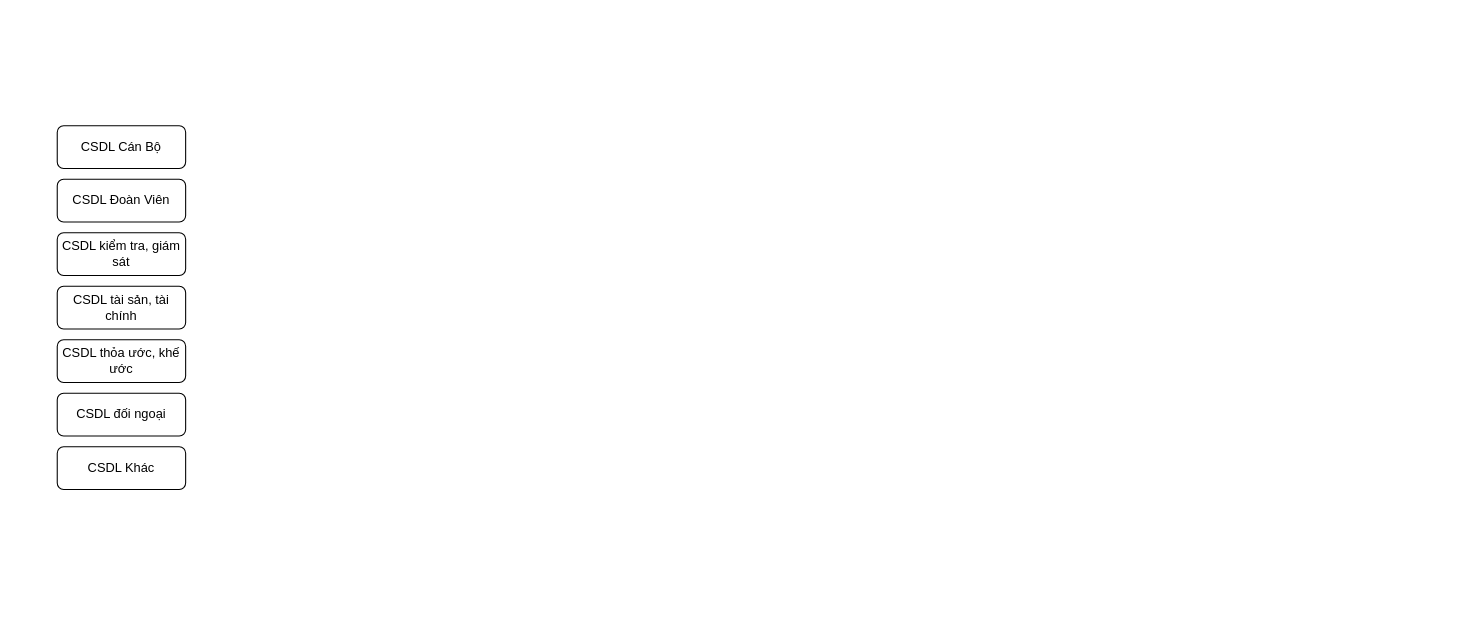
Before: Untitled Diagram.drawio in letheanh12345/Draw-io, a draw.io diagram. Source tidied: cells renumbered, new cells numbered last; positions are measured from the earlier drawing's top-left corner, leaving out a move shared by most shapes. Both pictures are drawn from the tidied source at 107%, with x=0, y=0 at pixel (57, 125).
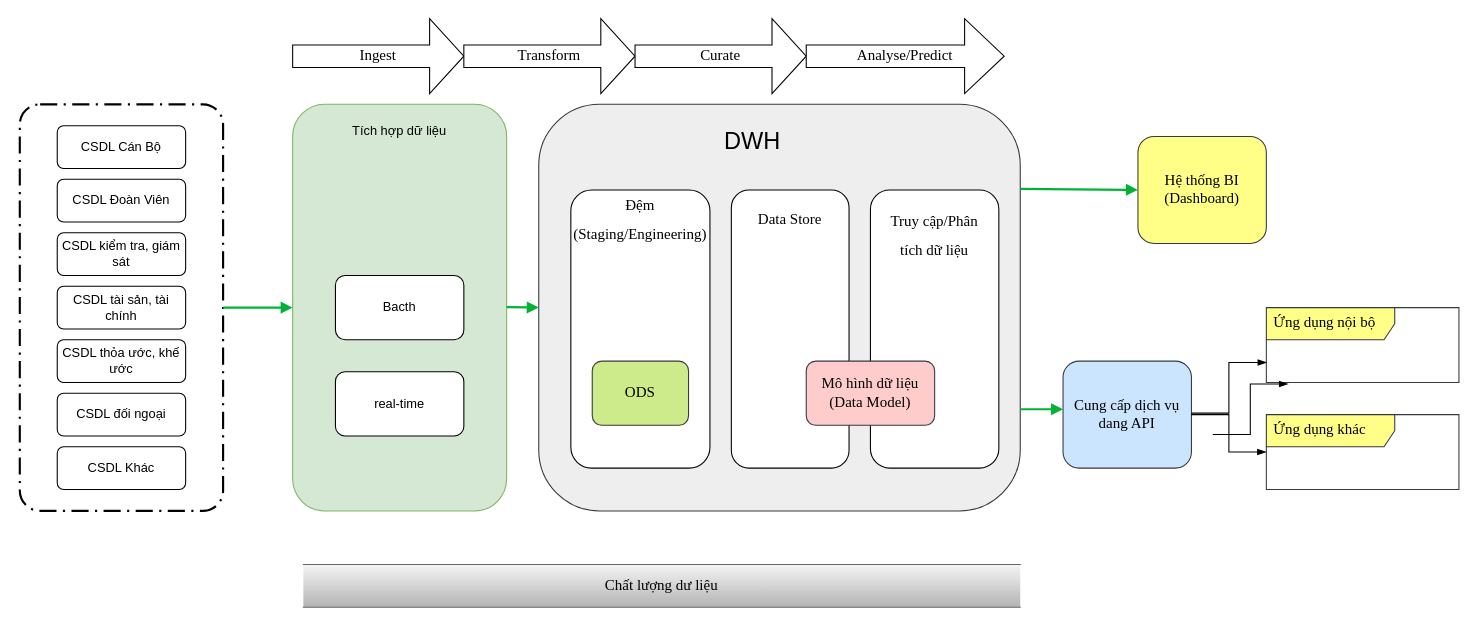
Above is the later version.

Change to the diagram source:
```diff
@@
+    <mxCell id="9" style="points=[[0.25,0,0],[0.5,0,0],[0.75,0,0],[1,0.25,0],[1,0.5,0],[1,0.75,0],[0.75,1,0],[0.5,1,0],[0.25,1,0],[0,0.75,0],[0,0.5,0],[0,0.25,0]];rounded=1;arcSize=10;dashed=1;strokeColor=#000000;fillColor=none;gradientColor=none;dashPattern=8 3 1 3;strokeWidth=2;" parent="1" vertex="1">
+      <mxGeometry x="-35" y="-20" width="190" height="380" as="geometry" />
+    </mxCell>
+    <mxCell id="10" style="edgeStyle=none;rounded=0;html=1;jettySize=auto;strokeColor=#00B336;strokeWidth=2;fontColor=#000000;jumpStyle=none;endArrow=block;endFill=1;startArrow=none;" parent="1" edge="1" source="9">
+      <mxGeometry relative="1" as="geometry">
+        <mxPoint x="220" y="170" as="targetPoint" />
+      </mxGeometry>
+    </mxCell>
+    <mxCell id="11" style="rounded=1;whiteSpace=wrap;html=1;fillColor=#d5e8d4;strokeColor=#82b366;" parent="1" vertex="1">
+      <mxGeometry x="220" y="-20" width="200" height="380" as="geometry" />
+    </mxCell>
+    <mxCell id="12" value="Tích hợp dữ liệu" style="text;html=1;strokeColor=none;fillColor=none;align=center;verticalAlign=middle;whiteSpace=wrap;rounded=0;" parent="1" vertex="1">
+      <mxGeometry x="240" y="-10" width="160" height="30" as="geometry" />
+    </mxCell>
+    <mxCell id="13" value="Bacth" style="rounded=1;whiteSpace=wrap;html=1;" parent="1" vertex="1">
+      <mxGeometry x="260" y="140" width="120" height="60" as="geometry" />
+    </mxCell>
+    <mxCell id="14" value="real-time" style="rounded=1;whiteSpace=wrap;html=1;" parent="1" vertex="1">
+      <mxGeometry x="260" y="230" width="120" height="60" as="geometry" />
+    </mxCell>
+    <mxCell id="15" style="rounded=1;whiteSpace=wrap;html=1;fillColor=#eeeeee;strokeColor=#36393d;" parent="1" vertex="1">
+      <mxGeometry x="450" y="-20" width="450" height="380" as="geometry" />
+    </mxCell>
+    <mxCell id="16" value="&lt;font style=&quot;font-size: 22px&quot;&gt;DWH&lt;/font&gt;" style="text;html=1;strokeColor=none;fillColor=none;align=center;verticalAlign=middle;whiteSpace=wrap;rounded=0;" parent="1" vertex="1">
+      <mxGeometry x="470" width="360" height="30" as="geometry" />
+    </mxCell>
+    <mxCell id="17" style="edgeStyle=none;rounded=0;html=1;jettySize=auto;orthogonalLoop=1;strokeColor=#00B336;strokeWidth=2;fontColor=#000000;jumpStyle=none;endArrow=block;endFill=1;startArrow=none;" parent="1" edge="1">
+      <mxGeometry relative="1" as="geometry">
+        <mxPoint x="420" y="169.5" as="sourcePoint" />
+        <mxPoint x="450" y="170" as="targetPoint" />
+      </mxGeometry>
+    </mxCell>
+    <mxCell id="18" style="rounded=1;whiteSpace=wrap;html=1;fontSize=22;" parent="1" vertex="1">
+      <mxGeometry x="480" y="60" width="130" height="260" as="geometry" />
+    </mxCell>
+    <mxCell id="19" value="&lt;font face=&quot;Times New Roman&quot; style=&quot;font-size: 14px&quot;&gt;Đệm (Staging/Engineering)&lt;/font&gt;" style="text;html=1;strokeColor=none;fillColor=none;align=center;verticalAlign=middle;whiteSpace=wrap;rounded=0;fontSize=22;" parent="1" vertex="1">
+      <mxGeometry x="480" y="70" width="130" height="30" as="geometry" />
+    </mxCell>
+    <mxCell id="20" value="ODS" style="rounded=1;whiteSpace=wrap;html=1;fontFamily=Times New Roman;fontSize=14;fillColor=#cdeb8b;strokeColor=#36393d;" parent="1" vertex="1">
+      <mxGeometry x="500" y="220" width="90" height="60" as="geometry" />
+    </mxCell>
+    <mxCell id="21" style="rounded=1;whiteSpace=wrap;html=1;fontSize=22;" parent="1" vertex="1">
+      <mxGeometry x="630" y="60" width="110" height="260" as="geometry" />
+    </mxCell>
+    <mxCell id="22" value="&lt;font face=&quot;Times New Roman&quot;&gt;&lt;span style=&quot;font-size: 14px&quot;&gt;Data Store&lt;/span&gt;&lt;/font&gt;" style="text;html=1;strokeColor=none;fillColor=none;align=center;verticalAlign=middle;whiteSpace=wrap;rounded=0;fontSize=22;" parent="1" vertex="1">
+      <mxGeometry x="635" y="70" width="100" height="30" as="geometry" />
+    </mxCell>
+    <mxCell id="23" style="rounded=1;whiteSpace=wrap;html=1;fontSize=22;" parent="1" vertex="1">
+      <mxGeometry x="760" y="60" width="120" height="260" as="geometry" />
+    </mxCell>
+    <mxCell id="24" value="&lt;font face=&quot;Times New Roman&quot;&gt;&lt;span style=&quot;font-size: 14px&quot;&gt;Truy cập/Phân tích dữ liệu&lt;/span&gt;&lt;/font&gt;" style="text;html=1;strokeColor=none;fillColor=none;align=center;verticalAlign=middle;whiteSpace=wrap;rounded=0;fontSize=22;" parent="1" vertex="1">
+      <mxGeometry x="770" y="70" width="100" height="60" as="geometry" />
+    </mxCell>
+    <mxCell id="25" value="Mô hình dữ liệu (Data Model)" style="rounded=1;whiteSpace=wrap;html=1;fontFamily=Times New Roman;fontSize=14;fillColor=#ffcccc;strokeColor=#36393d;" parent="1" vertex="1">
+      <mxGeometry x="700" y="220" width="120" height="60" as="geometry" />
+    </mxCell>
+    <mxCell id="26" value="Hệ thống BI (Dashboard)" style="rounded=1;whiteSpace=wrap;html=1;fontFamily=Times New Roman;fontSize=14;fillColor=#ffff88;strokeColor=#36393d;" parent="1" vertex="1">
+      <mxGeometry x="1010" y="10" width="120" height="100" as="geometry" />
+    </mxCell>
+    <mxCell id="27" style="edgeStyle=none;rounded=0;html=1;jettySize=auto;strokeColor=#00B336;strokeWidth=2;fontColor=#000000;jumpStyle=none;endArrow=block;endFill=1;startArrow=none;entryX=0;entryY=0.5;entryDx=0;entryDy=0;" parent="1" edge="1" target="26">
+      <mxGeometry relative="1" as="geometry">
+        <mxPoint x="900" y="59" as="sourcePoint" />
+      </mxGeometry>
+    </mxCell>
+    <mxCell id="28" value="Cung cấp dịch vụ dang API" style="rounded=1;whiteSpace=wrap;html=1;fontFamily=Times New Roman;fontSize=14;fillColor=#cce5ff;strokeColor=#36393d;" parent="1" vertex="1">
+      <mxGeometry x="940" y="220" width="120" height="100" as="geometry" />
+    </mxCell>
+    <mxCell id="29" value="Ứng dụng nội bộ" style="shape=umlFrame;whiteSpace=wrap;html=1;width=120;height=30;boundedLbl=1;verticalAlign=middle;align=left;spacingLeft=5;fontFamily=Times New Roman;fontSize=14;fillColor=#ffff88;strokeColor=#36393d;" parent="1" vertex="1">
+      <mxGeometry x="1130" y="170" width="180" height="70" as="geometry" />
+    </mxCell>
+    <mxCell id="30" value="Ứng dụng khác" style="shape=umlFrame;whiteSpace=wrap;html=1;width=120;height=30;boundedLbl=1;verticalAlign=middle;align=left;spacingLeft=5;fontFamily=Times New Roman;fontSize=14;fillColor=#ffff88;strokeColor=#36393d;" parent="1" vertex="1">
+      <mxGeometry x="1130" y="270" width="180" height="70" as="geometry" />
+    </mxCell>
+    <mxCell id="31" style="edgeStyle=none;rounded=0;html=1;jettySize=auto;strokeColor=#00B336;strokeWidth=2;fontColor=#000000;jumpStyle=none;endArrow=block;endFill=1;startArrow=none;exitX=1;exitY=0.75;exitDx=0;exitDy=0;" parent="1" edge="1" source="15">
+      <mxGeometry relative="1" as="geometry">
+        <mxPoint x="940" y="265" as="targetPoint" />
+      </mxGeometry>
+    </mxCell>
+    <mxCell id="32" style="edgeStyle=elbowEdgeStyle;fontSize=12;html=1;endArrow=blockThin;endFill=1;rounded=0;fontFamily=Times New Roman;entryX=0.002;entryY=0.733;entryDx=0;entryDy=0;entryPerimeter=0;" parent="1" edge="1">
+      <mxGeometry relative="1" as="geometry">
+        <mxPoint x="1060" y="268.6" as="sourcePoint" />
+        <mxPoint x="1130.4" y="221.3" as="targetPoint" />
+      </mxGeometry>
+    </mxCell>
+    <mxCell id="33" style="edgeStyle=elbowEdgeStyle;fontSize=12;html=1;endArrow=blockThin;endFill=1;rounded=0;fontFamily=Times New Roman;" parent="1" edge="1" target="30">
+      <mxGeometry relative="1" as="geometry">
+        <mxPoint x="1059.6" y="270" as="sourcePoint" />
+      </mxGeometry>
+    </mxCell>
+    <mxCell id="34" value="Chất lượng dư liệu" style="shape=partialRectangle;whiteSpace=wrap;html=1;left=0;right=0;fillColor=#f5f5f5;fontFamily=Times New Roman;fontSize=14;strokeColor=#666666;gradientColor=#b3b3b3;" parent="1" vertex="1">
+      <mxGeometry x="230" y="410" width="670" height="40" as="geometry" />
+    </mxCell>
+    <mxCell id="35" value="Ingest" style="shape=singleArrow;whiteSpace=wrap;html=1;fontFamily=Times New Roman;fontSize=14;" parent="1" vertex="1">
+      <mxGeometry x="220" y="-100" width="160" height="70" as="geometry" />
+    </mxCell>
+    <mxCell id="36" style="edgeStyle=elbowEdgeStyle;fontSize=12;html=1;endArrow=blockThin;endFill=1;rounded=0;fontFamily=Times New Roman;entryX=0.002;entryY=0.733;entryDx=0;entryDy=0;entryPerimeter=0;" parent="1" edge="1">
+      <mxGeometry relative="1" as="geometry">
+        <mxPoint x="1080" y="288.6" as="sourcePoint" />
+        <mxPoint x="1150.4" y="241.3" as="targetPoint" />
+      </mxGeometry>
+    </mxCell>
+    <mxCell id="37" value="Transform" style="shape=singleArrow;whiteSpace=wrap;html=1;fontFamily=Times New Roman;fontSize=14;" parent="1" vertex="1">
+      <mxGeometry x="380" y="-100" width="160" height="70" as="geometry" />
+    </mxCell>
+    <mxCell id="38" value="Curate" style="shape=singleArrow;whiteSpace=wrap;html=1;fontFamily=Times New Roman;fontSize=14;" parent="1" vertex="1">
+      <mxGeometry x="540" y="-100" width="160" height="70" as="geometry" />
+    </mxCell>
+    <mxCell id="39" value="Analyse/Predict" style="shape=singleArrow;whiteSpace=wrap;html=1;fontFamily=Times New Roman;fontSize=14;" parent="1" vertex="1">
+      <mxGeometry x="700" y="-100" width="185" height="70" as="geometry" />
+    </mxCell>
```
